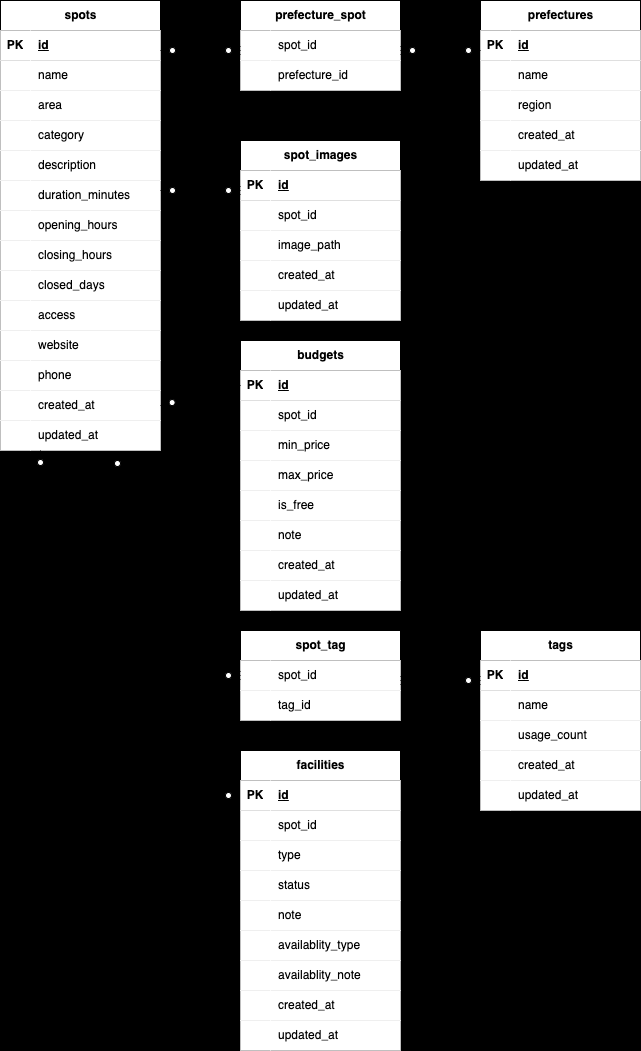
Koharu5810/shiorip keeps this draw.io diagram as .drawio.png. Above is the earlier version. Source tidied: cells renumbered, new cells last; positions are measured from the earlier drawing's top-left corner, leaving out a move shared by most shapes.
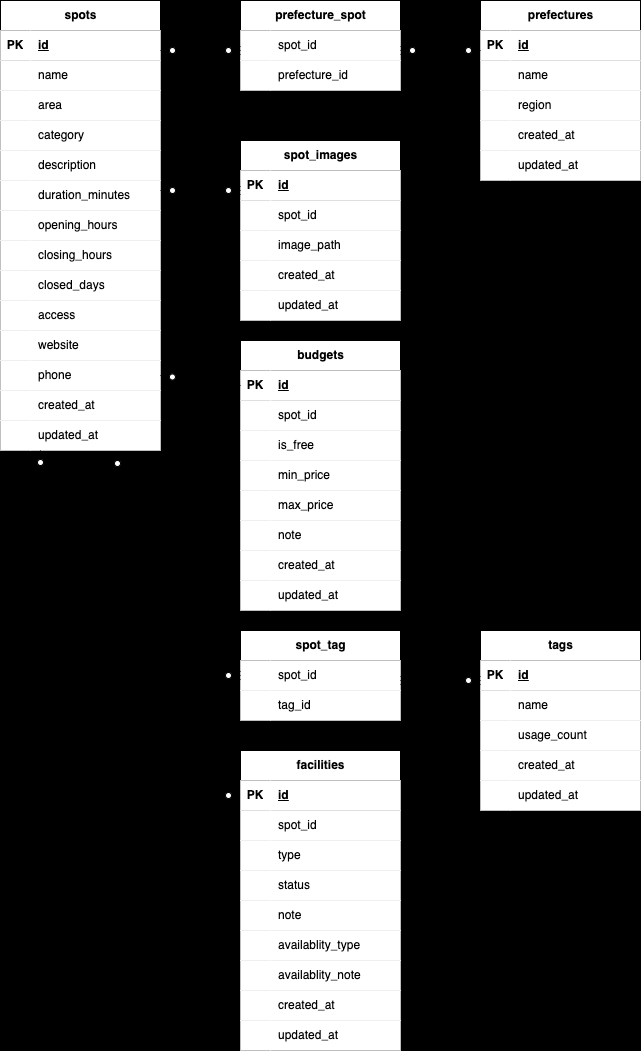
After the change.

The edit, as a diff of the source:
```diff
@@ -343,8 +343,17 @@
     <mxCell id="114" value="spot_id" style="shape=partialRectangle;top=0;left=0;bottom=0;right=0;align=left;spacingLeft=6;overflow=hidden;whiteSpace=wrap;html=1;" parent="112" vertex="1">
       <mxGeometry x="30" width="130" height="30" as="geometry" />
     </mxCell>
+    <mxCell id="168" style="shape=tableRow;horizontal=0;startSize=0;swimlaneHead=0;swimlaneBody=0;top=0;left=0;right=0;bottom=0;" parent="108" vertex="1">
+      <mxGeometry y="90" width="160" height="30" as="geometry" />
+    </mxCell>
+    <mxCell id="122" style="shape=partialRectangle;top=0;left=0;bottom=0;right=0;overflow=hidden;whiteSpace=wrap;html=1;" parent="168" vertex="1">
+      <mxGeometry width="30" height="30" as="geometry" />
+    </mxCell>
+    <mxCell id="123" value="is_free" style="shape=partialRectangle;top=0;left=0;bottom=0;right=0;align=left;spacingLeft=6;overflow=hidden;whiteSpace=wrap;html=1;" parent="168" vertex="1">
+      <mxGeometry x="30" width="130" height="30" as="geometry" />
+    </mxCell>
     <mxCell id="115" style="shape=tableRow;horizontal=0;startSize=0;swimlaneHead=0;swimlaneBody=0;top=0;left=0;right=0;bottom=0;" parent="108" vertex="1">
-      <mxGeometry y="90" width="160" height="30" as="geometry" />
+      <mxGeometry y="120" width="160" height="30" as="geometry" />
     </mxCell>
     <mxCell id="116" style="shape=partialRectangle;top=0;left=0;bottom=0;right=0;overflow=hidden;whiteSpace=wrap;html=1;" parent="115" vertex="1">
       <mxGeometry width="30" height="30" as="geometry" />
@@ -353,7 +362,7 @@
       <mxGeometry x="30" width="130" height="30" as="geometry" />
     </mxCell>
     <mxCell id="118" style="shape=tableRow;horizontal=0;startSize=0;swimlaneHead=0;swimlaneBody=0;top=0;left=0;right=0;bottom=0;" parent="108" vertex="1">
-      <mxGeometry y="120" width="160" height="30" as="geometry" />
+      <mxGeometry y="150" width="160" height="30" as="geometry" />
     </mxCell>
     <mxCell id="119" style="shape=partialRectangle;top=0;left=0;bottom=0;right=0;overflow=hidden;whiteSpace=wrap;html=1;" parent="118" vertex="1">
       <mxGeometry width="30" height="30" as="geometry" />
@@ -361,15 +370,6 @@
     <mxCell id="120" value="max_price" style="shape=partialRectangle;top=0;left=0;bottom=0;right=0;align=left;spacingLeft=6;overflow=hidden;whiteSpace=wrap;html=1;" parent="118" vertex="1">
       <mxGeometry x="30" width="130" height="30" as="geometry" />
     </mxCell>
-    <mxCell id="121" style="shape=tableRow;horizontal=0;startSize=0;swimlaneHead=0;swimlaneBody=0;top=0;left=0;right=0;bottom=0;" parent="108" vertex="1">
-      <mxGeometry y="150" width="160" height="30" as="geometry" />
-    </mxCell>
-    <mxCell id="122" style="shape=partialRectangle;top=0;left=0;bottom=0;right=0;overflow=hidden;whiteSpace=wrap;html=1;" parent="121" vertex="1">
-      <mxGeometry width="30" height="30" as="geometry" />
-    </mxCell>
-    <mxCell id="123" value="is_free" style="shape=partialRectangle;top=0;left=0;bottom=0;right=0;align=left;spacingLeft=6;overflow=hidden;whiteSpace=wrap;html=1;" parent="121" vertex="1">
-      <mxGeometry x="30" width="130" height="30" as="geometry" />
-    </mxCell>
     <mxCell id="124" style="shape=tableRow;horizontal=0;startSize=0;swimlaneHead=0;swimlaneBody=0;top=0;left=0;right=0;bottom=0;" parent="108" vertex="1">
       <mxGeometry y="180" width="160" height="30" as="geometry" />
     </mxCell>
@@ -409,7 +409,7 @@
         <mxPoint x="240" y="190" as="targetPoint" />
       </mxGeometry>
     </mxCell>
-    <mxCell id="135" style="fontSize=12;html=1;endArrow=ERzeroToOne;startArrow=ERzeroToOne;endFill=0;entryX=0;entryY=0.5;entryDx=0;entryDy=0;exitX=1;exitY=0.5;exitDx=0;exitDy=0;" parent="1" edge="1" source="39" target="109">
+    <mxCell id="135" style="fontSize=12;html=1;endArrow=ERzeroToOne;startArrow=ERzeroToOne;endFill=0;entryX=0;entryY=0.5;entryDx=0;entryDy=0;exitX=1;exitY=0.5;exitDx=0;exitDy=0;" parent="1" edge="1" source="36" target="109">
       <mxGeometry relative="1" as="geometry" />
     </mxCell>
     <mxCell id="136" style="fontSize=12;html=1;endArrow=ERzeroToMany;startArrow=ERzeroToOne;" parent="1" edge="1">
```
